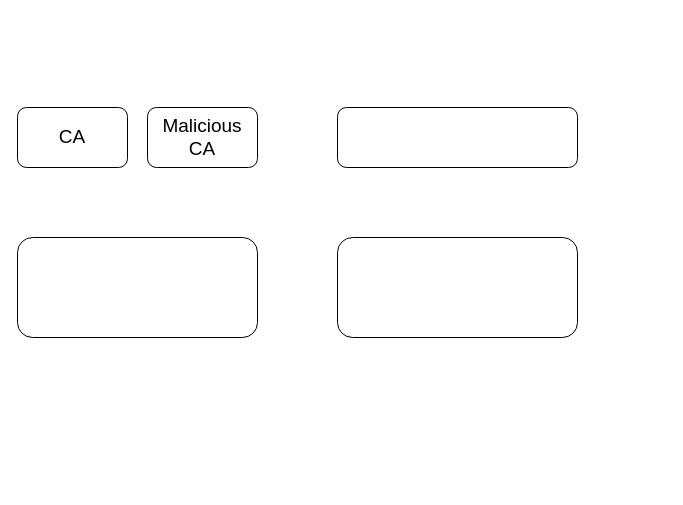
Above: boomerang.drawio in EdisonE3/vue_learn (draw.io), before the change. Source tidied: cells renumbered, new cells numbered last; positions are measured from the earlier drawing's top-left corner, leaving out a move shared by most shapes. Both pictures are drawn from the tidied source at 100%, with x=0, y=0 at pixel (17, 107).
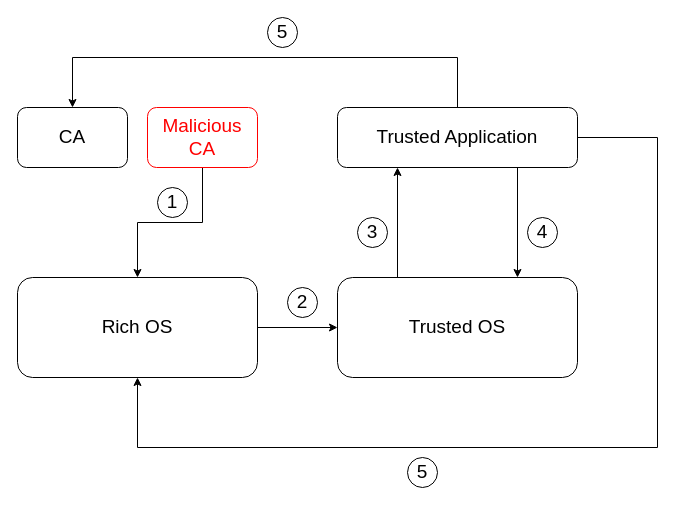
After the change.

Unchanged cells that the change refers to:
```xml
<mxCell id="2" value="CA" style="rounded=1;whiteSpace=wrap;html=1;fontSize=19;" parent="1" vertex="1">
  <mxGeometry width="110" height="60" as="geometry" />
</mxCell>
```

What changed in the source:
```diff
@@
+    <mxCell id="7" style="edgeStyle=orthogonalEdgeStyle;rounded=0;jettySize=auto;html=1;exitX=1;exitY=0.5;exitDx=0;exitDy=0;entryX=0;entryY=0.5;entryDx=0;entryDy=0;fontSize=19;" parent="1" edge="1" source="3" target="5">
+      <mxGeometry relative="1" as="geometry" />
+    </mxCell>
-    <mxCell id="3" style="rounded=1;whiteSpace=wrap;html=1;" parent="1" vertex="1">
-      <mxGeometry y="130" width="240" height="100" as="geometry" />
+    <mxCell id="3" value="Rich OS" style="rounded=1;whiteSpace=wrap;html=1;fontSize=19;" parent="1" vertex="1">
+      <mxGeometry y="170" width="240" height="100" as="geometry" />
     </mxCell>
+    <mxCell id="8" style="edgeStyle=orthogonalEdgeStyle;rounded=0;jettySize=auto;html=1;exitX=0.5;exitY=1;exitDx=0;exitDy=0;entryX=0.5;entryY=0;entryDx=0;entryDy=0;fontSize=19;" parent="1" edge="1" source="4" target="3">
+      <mxGeometry relative="1" as="geometry" />
+    </mxCell>
-    <mxCell id="4" value="Malicious CA" style="rounded=1;whiteSpace=wrap;html=1;fontSize=19;" parent="1" vertex="1">
+    <mxCell id="4" value="Malicious CA" style="rounded=1;whiteSpace=wrap;html=1;fontSize=19;fontColor=#FF0000;strokeColor=#FF0000;" parent="1" vertex="1">
       <mxGeometry x="130" width="110" height="60" as="geometry" />
     </mxCell>
+    <mxCell id="9" style="edgeStyle=orthogonalEdgeStyle;rounded=0;jettySize=auto;html=1;exitX=0.25;exitY=0;exitDx=0;exitDy=0;entryX=0.25;entryY=1;entryDx=0;entryDy=0;fontSize=19;" parent="1" edge="1" source="5" target="6">
+      <mxGeometry relative="1" as="geometry" />
+    </mxCell>
-    <mxCell id="5" style="rounded=1;whiteSpace=wrap;html=1;" parent="1" vertex="1">
-      <mxGeometry x="320" y="130" width="240" height="100" as="geometry" />
+    <mxCell id="5" value="Trusted OS" style="rounded=1;whiteSpace=wrap;html=1;fontSize=19;" parent="1" vertex="1">
+      <mxGeometry x="320" y="170" width="240" height="100" as="geometry" />
     </mxCell>
+    <mxCell id="10" style="edgeStyle=orthogonalEdgeStyle;rounded=0;jettySize=auto;html=1;exitX=0.75;exitY=1;exitDx=0;exitDy=0;entryX=0.75;entryY=0;entryDx=0;entryDy=0;fontSize=19;" parent="1" edge="1" source="6" target="5">
+      <mxGeometry relative="1" as="geometry" />
+    </mxCell>
+    <mxCell id="11" style="edgeStyle=orthogonalEdgeStyle;rounded=0;jettySize=auto;html=1;exitX=0.5;exitY=0;exitDx=0;exitDy=0;entryX=0.5;entryY=0;entryDx=0;entryDy=0;fontSize=19;" parent="1" edge="1" source="6" target="2">
+      <mxGeometry relative="1" as="geometry">
+        <Array as="points">
+          <mxPoint x="440" y="-50" />
+          <mxPoint x="55" y="-50" />
+        </Array>
+      </mxGeometry>
+    </mxCell>
+    <mxCell id="12" style="edgeStyle=orthogonalEdgeStyle;rounded=0;jettySize=auto;html=1;exitX=1;exitY=0.5;exitDx=0;exitDy=0;entryX=0.5;entryY=1;entryDx=0;entryDy=0;fontSize=19;" parent="1" edge="1" source="6" target="3">
+      <mxGeometry relative="1" as="geometry">
+        <Array as="points">
+          <mxPoint x="640" y="30" />
+          <mxPoint x="640" y="340" />
+          <mxPoint x="120" y="340" />
+        </Array>
+      </mxGeometry>
+    </mxCell>
-    <mxCell id="6" style="rounded=1;whiteSpace=wrap;html=1;" parent="1" vertex="1">
+    <mxCell id="6" value="Trusted Application" style="rounded=1;whiteSpace=wrap;html=1;fontSize=19;" parent="1" vertex="1">
       <mxGeometry x="320" width="240" height="60" as="geometry" />
     </mxCell>
+    <mxCell id="13" value="1" style="ellipse;whiteSpace=wrap;html=1;fontSize=19;" parent="1" vertex="1">
+      <mxGeometry x="140" y="80" width="30" height="30" as="geometry" />
+    </mxCell>
+    <mxCell id="14" value="2" style="ellipse;whiteSpace=wrap;html=1;fontSize=19;" parent="1" vertex="1">
+      <mxGeometry x="270" y="180" width="30" height="30" as="geometry" />
+    </mxCell>
+    <mxCell id="15" value="3" style="ellipse;whiteSpace=wrap;html=1;fontSize=19;" parent="1" vertex="1">
+      <mxGeometry x="340" y="110" width="30" height="30" as="geometry" />
+    </mxCell>
+    <mxCell id="16" value="4" style="ellipse;whiteSpace=wrap;html=1;fontSize=19;" parent="1" vertex="1">
+      <mxGeometry x="510" y="110" width="30" height="30" as="geometry" />
+    </mxCell>
+    <mxCell id="17" value="5" style="ellipse;whiteSpace=wrap;html=1;fontSize=19;" parent="1" vertex="1">
+      <mxGeometry x="390" y="350" width="30" height="30" as="geometry" />
+    </mxCell>
+    <mxCell id="18" value="5" style="ellipse;whiteSpace=wrap;html=1;fontSize=19;" parent="1" vertex="1">
+      <mxGeometry x="250" y="-90" width="30" height="30" as="geometry" />
+    </mxCell>
```
